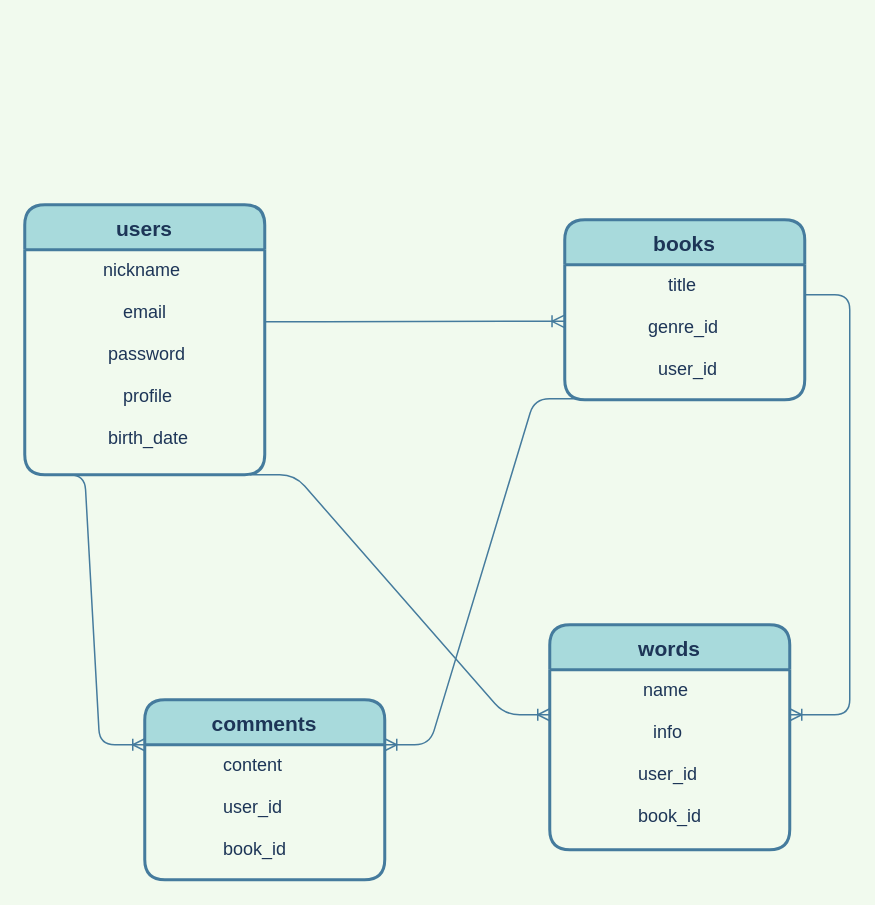
shotaogw/library keeps this draw.io diagram as er.dio. Above is the earlier version. Source tidied: cells renumbered, new cells numbered last; positions are measured from the earlier drawing's top-left corner, leaving out a move shared by most shapes. Both pictures are drawn from the tidied source at 150%, with x=0, y=0 at pixel (24, 204).
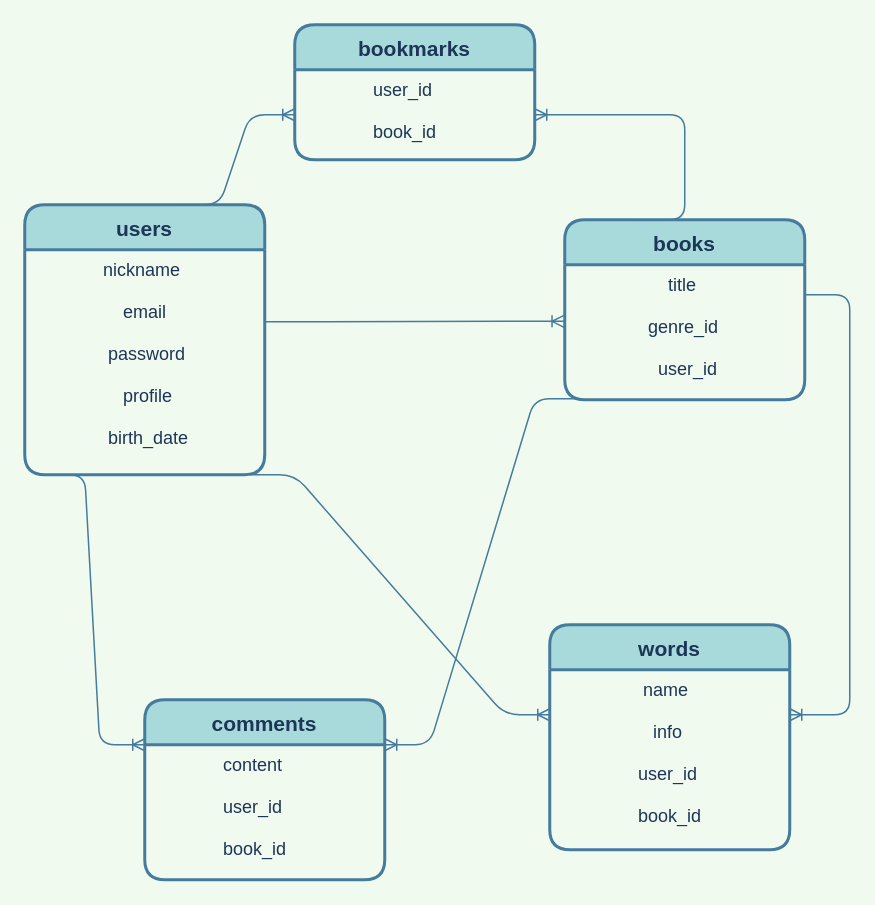
The same page after the edit.

The edit, as a diff of the source:
```diff
@@
+    <mxCell id="15" style="edgeStyle=entityRelationEdgeStyle;fontSize=12;html=1;endArrow=ERoneToMany;labelBackgroundColor=#F1FAEE;strokeColor=#457B9D;fontColor=#1D3557;entryX=0;entryY=0.5;entryDx=0;entryDy=0;" parent="1" edge="1" target="17">
+      <mxGeometry relative="1" as="geometry">
+        <mxPoint x="100" as="sourcePoint" />
+      </mxGeometry>
+    </mxCell>
+    <mxCell id="16" value="bookmarks" style="swimlane;horizontal=1;startSize=30;rounded=1;fontSize=14;fontStyle=1;strokeWidth=2;shadow=0;dashed=0;align=center;fillColor=#A8DADC;strokeColor=#457B9D;fontColor=#1D3557;" parent="1" vertex="1">
+      <mxGeometry x="180" y="-120" width="160" height="90" as="geometry" />
+    </mxCell>
+    <mxCell id="17" value="              user_id&#10;&#10;              book_id" style="align=left;strokeColor=none;fillColor=none;spacingLeft=4;fontSize=12;verticalAlign=top;fontColor=#1D3557;" parent="16" vertex="1">
+      <mxGeometry y="30" width="160" height="60" as="geometry" />
+    </mxCell>
+    <mxCell id="18" style="edgeStyle=entityRelationEdgeStyle;fontSize=12;html=1;endArrow=ERoneToMany;labelBackgroundColor=#F1FAEE;strokeColor=#457B9D;fontColor=#1D3557;" parent="1" edge="1" target="17">
+      <mxGeometry relative="1" as="geometry">
+        <mxPoint x="410" y="10" as="sourcePoint" />
+      </mxGeometry>
+    </mxCell>
```
